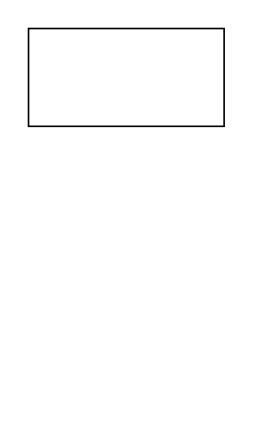
The draw.io diagram 数据检索与维修数据服/语义维护.drawio in DemonHan/KuickBuy, before the edit. Source tidied: cells renumbered, new cells numbered last; positions are measured from the earlier drawing's top-left corner, leaving out a move shared by most shapes. Both pictures are drawn from the tidied source at 163%, with x=0, y=0 at pixel (28, 28).
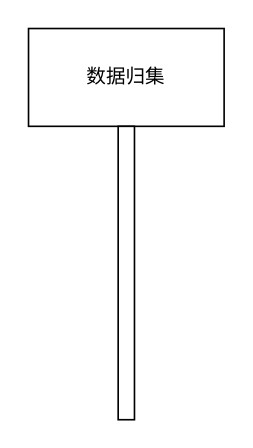
After the change.

Commit message (it also covers changes not shown here):
更新语义维护.drawio

Diff of the diagram source:
```diff
@@
 <mxGraphModel>
   <root>
     <mxCell id="0" />
     <mxCell id="1" parent="0" />
-    <mxCell id="2" style="rounded=0;whiteSpace=wrap;html=1;" parent="1" vertex="1">
+    <mxCell id="2" value="数据归集" style="rounded=0;whiteSpace=wrap;html=1;" parent="1" vertex="1">
       <mxGeometry width="120" height="60" as="geometry" />
     </mxCell>
+    <mxCell id="3" style="html=1;perimeter=orthogonalPerimeter;targetShapes=umlLifeline;newEdgeStyle={&quot;curved&quot;:0,&quot;rounded&quot;:0};" parent="1" vertex="1">
+      <mxGeometry x="55" y="60" width="10" height="180" as="geometry" />
+    </mxCell>
   </root>
 </mxGraphModel>
```
